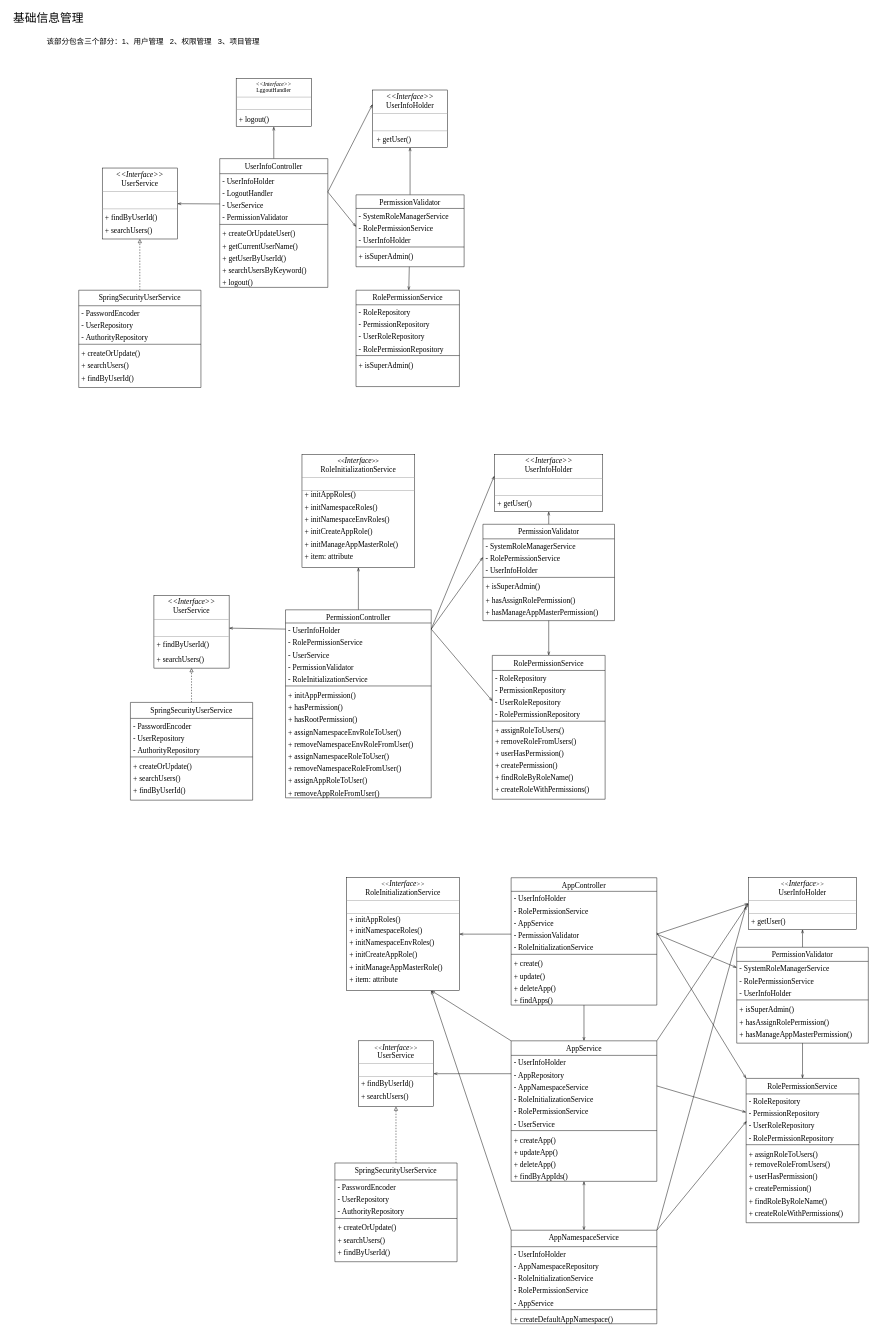
WWj5921/ConfigCenter keeps this draw.io diagram as page "basicInfo" (2 of 12) of Untitled Diagram.drawio. Above is the earlier version. Source tidied: cells renumbered, new cells numbered last; positions are measured from the earlier drawing's top-left corner, leaving out a move shared by most shapes. Both pictures are drawn from the tidied source at 47%, with x=0, y=0 at pixel (8, 8).
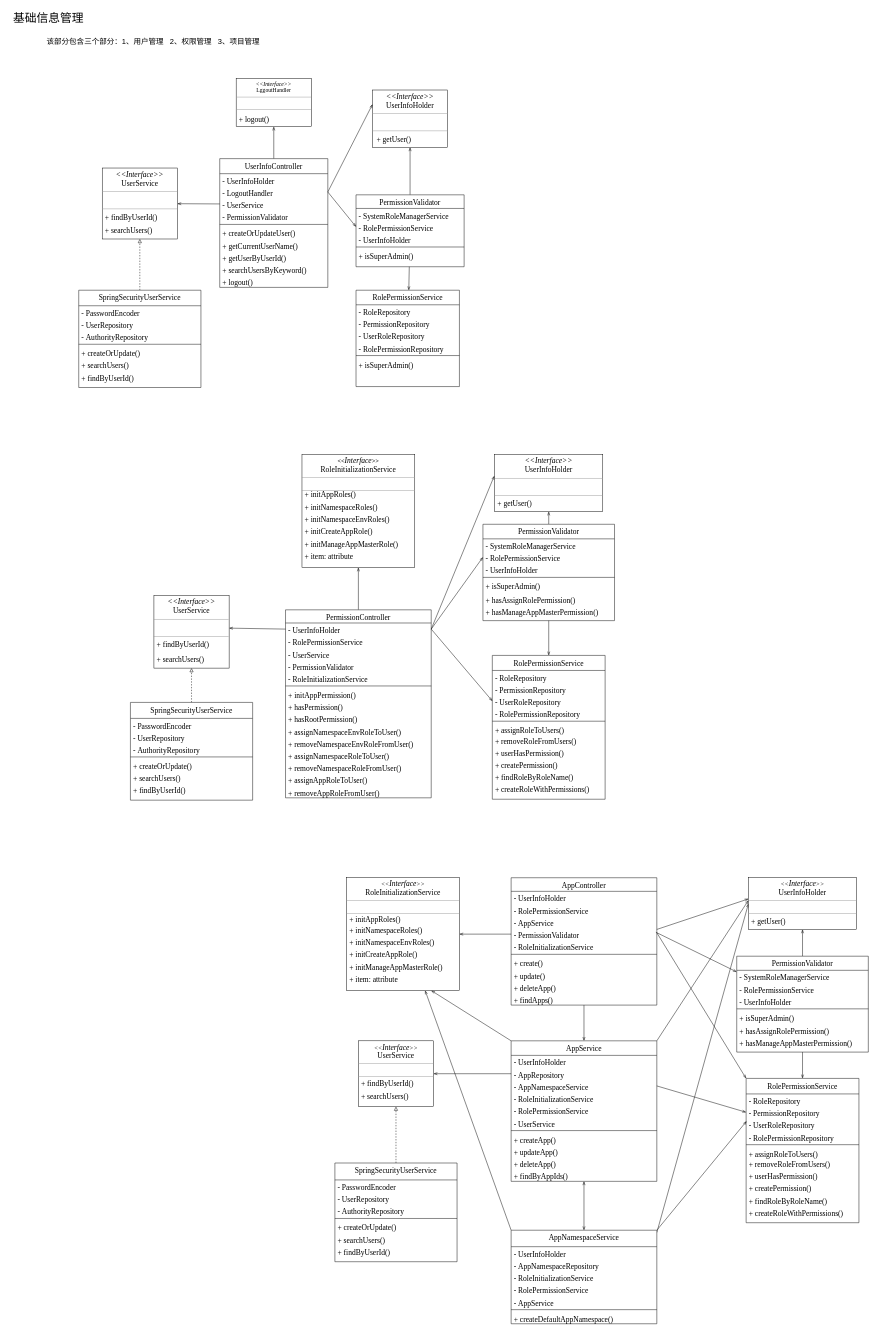
Above is the later version.

The change refers to these unchanged cells:
```xml
<mxCell id="119" value="- PermissionValidator" style="text;strokeColor=none;fillColor=none;align=left;verticalAlign=top;spacingLeft=4;spacingRight=4;overflow=hidden;points=[[0,0.5],[1,0.5]];portConstraint=eastwest;fontSize=16;fontFamily=Times New Roman;" parent="115" vertex="1">
  <mxGeometry y="107" width="310" height="26" as="geometry" />
</mxCell>
<mxCell id="129" value="AppService" style="swimlane;fontStyle=0;align=center;verticalAlign=top;horizontal=1;startSize=31;fontSize=16;fontFamily=Times New Roman;" parent="1" vertex="1">
  <mxGeometry x="1070" y="2197" width="310" height="299" as="geometry" />
</mxCell>
<mxCell id="144" value="AppNamespaceService" style="swimlane;fontStyle=0;align=center;verticalAlign=top;horizontal=1;startSize=35;fontSize=16;fontFamily=Times New Roman;" parent="1" vertex="1">
  <mxGeometry x="1070" y="2600" width="310" height="199" as="geometry" />
</mxCell>
<mxCell id="174" value="&lt;p style=&quot;margin: 0px ; margin-top: 4px ; text-align: center&quot;&gt;&lt;i&gt;&lt;span style=&quot;font-size: 13px&quot;&gt;&amp;lt;&amp;lt;&lt;/span&gt;&lt;font style=&quot;font-size: 16px&quot;&gt;Interface&lt;/font&gt;&lt;span style=&quot;font-size: 13px&quot;&gt;&amp;gt;&amp;gt;&lt;/span&gt;&lt;/i&gt;&lt;br&gt;&lt;font style=&quot;font-size: 16px&quot;&gt;UserInfoHolder&lt;/font&gt;&lt;/p&gt;&lt;hr size=&quot;1&quot;&gt;&lt;p style=&quot;margin: 0px ; margin-left: 4px&quot;&gt;&lt;br&gt;&lt;/p&gt;&lt;hr size=&quot;1&quot;&gt;&lt;p style=&quot;margin: 0px ; margin-left: 4px&quot;&gt;&lt;br&gt;&lt;br&gt;&lt;/p&gt;" style="verticalAlign=top;align=left;overflow=fill;fontSize=12;fontFamily=Times New Roman;html=1;" parent="1" vertex="1">
  <mxGeometry x="1575" y="1850" width="230" height="110" as="geometry" />
</mxCell>
<mxCell id="176" value="&lt;p style=&quot;margin: 0px ; margin-top: 4px ; text-align: center&quot;&gt;&lt;i&gt;&lt;span style=&quot;font-size: 13px&quot;&gt;&amp;lt;&amp;lt;&lt;/span&gt;&lt;font style=&quot;font-size: 16px&quot;&gt;Interface&lt;/font&gt;&lt;span style=&quot;font-size: 13px&quot;&gt;&amp;gt;&amp;gt;&lt;/span&gt;&lt;/i&gt;&lt;br&gt;&lt;span style=&quot;font-size: 16px&quot;&gt;RoleInitializationService&lt;/span&gt;&lt;br&gt;&lt;/p&gt;&lt;hr size=&quot;1&quot;&gt;&lt;p style=&quot;margin: 0px ; margin-left: 4px&quot;&gt;&lt;br&gt;&lt;/p&gt;&lt;hr size=&quot;1&quot;&gt;&lt;p style=&quot;margin: 0px ; margin-left: 4px&quot;&gt;&lt;br&gt;&lt;/p&gt;&lt;p style=&quot;margin: 0px ; margin-left: 4px&quot;&gt;&lt;br&gt;&lt;/p&gt;&lt;p style=&quot;margin: 0px ; margin-left: 4px&quot;&gt;&lt;span style=&quot;color: rgb(255 , 198 , 109) ; background-color: rgb(43 , 43 , 43) ; font-size: 9.8pt&quot;&gt;&lt;br&gt;&lt;/span&gt;&lt;/p&gt;&lt;p style=&quot;margin: 0px ; margin-left: 4px&quot;&gt;&lt;br&gt;&lt;/p&gt;" style="verticalAlign=top;align=left;overflow=fill;fontSize=12;fontFamily=Times New Roman;html=1;" parent="1" vertex="1">
  <mxGeometry x="720" y="1850" width="240" height="240" as="geometry" />
</mxCell>
```

Change to the diagram source:
```diff
@@
-    <mxCell id="126" style="edgeStyle=none;rounded=0;jettySize=auto;html=1;exitX=1;exitY=0;exitDx=0;exitDy=0;entryX=0;entryY=0.5;entryDx=0;entryDy=0;fontSize=16;startArrow=none;startFill=0;endArrow=openThin;endFill=0;fontFamily=Times New Roman;" parent="1" edge="1" source="129" target="174">
-      <mxGeometry relative="1" as="geometry" />
+    <mxCell id="126" style="edgeStyle=none;rounded=0;jettySize=auto;html=1;exitX=1;exitY=0;exitDx=0;exitDy=0;entryX=0;entryY=0.5;entryDx=0;entryDy=0;fontSize=16;startArrow=none;startFill=0;endArrow=openThin;endFill=0;fontFamily=Times New Roman;" parent="1" edge="1" source="129">
+      <mxGeometry relative="1" as="geometry">
+        <mxPoint x="1575" y="1898" as="targetPoint" />
+      </mxGeometry>
     </mxCell>
@@
-    <mxCell id="142" style="edgeStyle=none;rounded=0;jettySize=auto;html=1;exitX=0;exitY=0;exitDx=0;exitDy=0;entryX=0.75;entryY=1;entryDx=0;entryDy=0;fontSize=16;startArrow=none;startFill=0;endArrow=openThin;endFill=0;fontFamily=Times New Roman;" parent="1" edge="1" source="144" target="176">
+    <mxCell id="142" style="edgeStyle=none;rounded=0;jettySize=auto;html=1;exitX=0;exitY=0;exitDx=0;exitDy=0;entryX=0.696;entryY=1;entryDx=0;entryDy=0;fontSize=16;startArrow=none;startFill=0;endArrow=openThin;endFill=0;fontFamily=Times New Roman;entryPerimeter=0;" parent="1" edge="1" source="144" target="176">
       <mxGeometry relative="1" as="geometry" />
     </mxCell>
-    <mxCell id="143" style="edgeStyle=none;rounded=0;jettySize=auto;html=1;exitX=1;exitY=0;exitDx=0;exitDy=0;fontSize=16;startArrow=none;startFill=0;endArrow=openThin;endFill=0;fontFamily=Times New Roman;" parent="1" edge="1" source="144">
+    <mxCell id="143" style="edgeStyle=none;rounded=0;jettySize=auto;html=1;exitX=1;exitY=0;exitDx=0;exitDy=0;fontSize=16;startArrow=none;startFill=0;endArrow=openThin;endFill=0;fontFamily=Times New Roman;entryX=0;entryY=0.5;entryDx=0;entryDy=0;" parent="1" edge="1" target="174">
       <mxGeometry relative="1" as="geometry">
-        <mxPoint x="1570" y="1910" as="targetPoint" />
+        <mxPoint x="1380" y="2605" as="sourcePoint" />
       </mxGeometry>
     </mxCell>
@@
     <mxCell id="154" value="PermissionValidator" style="swimlane;fontStyle=0;align=center;verticalAlign=top;horizontal=1;startSize=30;fontSize=16;fontFamily=Times New Roman;" parent="1" vertex="1">
-      <mxGeometry x="1550" y="1998" width="280" height="204" as="geometry" />
+      <mxGeometry x="1550" y="2017" width="280" height="204" as="geometry" />
     </mxCell>
@@
-    <mxCell id="198" style="edgeStyle=none;rounded=0;jettySize=auto;html=1;exitX=1;exitY=0.5;exitDx=0;exitDy=0;entryX=0;entryY=0.5;entryDx=0;entryDy=0;fontSize=16;startArrow=none;startFill=0;endArrow=openThin;endFill=0;fontFamily=Times New Roman;" parent="1" edge="1" source="119" target="174">
-      <mxGeometry relative="1" as="geometry" />
+    <mxCell id="198" style="edgeStyle=none;rounded=0;orthogonalLoop=1;jettySize=auto;html=1;exitX=1;exitY=0.5;exitDx=0;exitDy=0;entryX=0;entryY=0.5;entryDx=0;entryDy=0;fontSize=16;startArrow=none;startFill=0;endArrow=openThin;endFill=0;fontFamily=Times New Roman;" parent="1" edge="1">
+      <mxGeometry relative="1" as="geometry">
+        <mxPoint x="1380" y="1960" as="sourcePoint" />
+        <mxPoint x="1575" y="1895" as="targetPoint" />
+      </mxGeometry>
     </mxCell>
@@
-    <mxCell id="200" style="edgeStyle=none;rounded=0;jettySize=auto;html=1;exitX=1;exitY=0.5;exitDx=0;exitDy=0;fontSize=16;startArrow=none;startFill=0;endArrow=openThin;endFill=0;fontFamily=Times New Roman;" parent="1" edge="1" source="119" target="154">
-      <mxGeometry relative="1" as="geometry" />
+    <mxCell id="200" style="edgeStyle=none;rounded=0;jettySize=auto;html=1;fontSize=16;startArrow=none;startFill=0;endArrow=openThin;endFill=0;fontFamily=Times New Roman;" parent="1" edge="1" target="154">
+      <mxGeometry relative="1" as="geometry">
+        <mxPoint x="1378" y="1966" as="sourcePoint" />
+      </mxGeometry>
     </mxCell>
```
